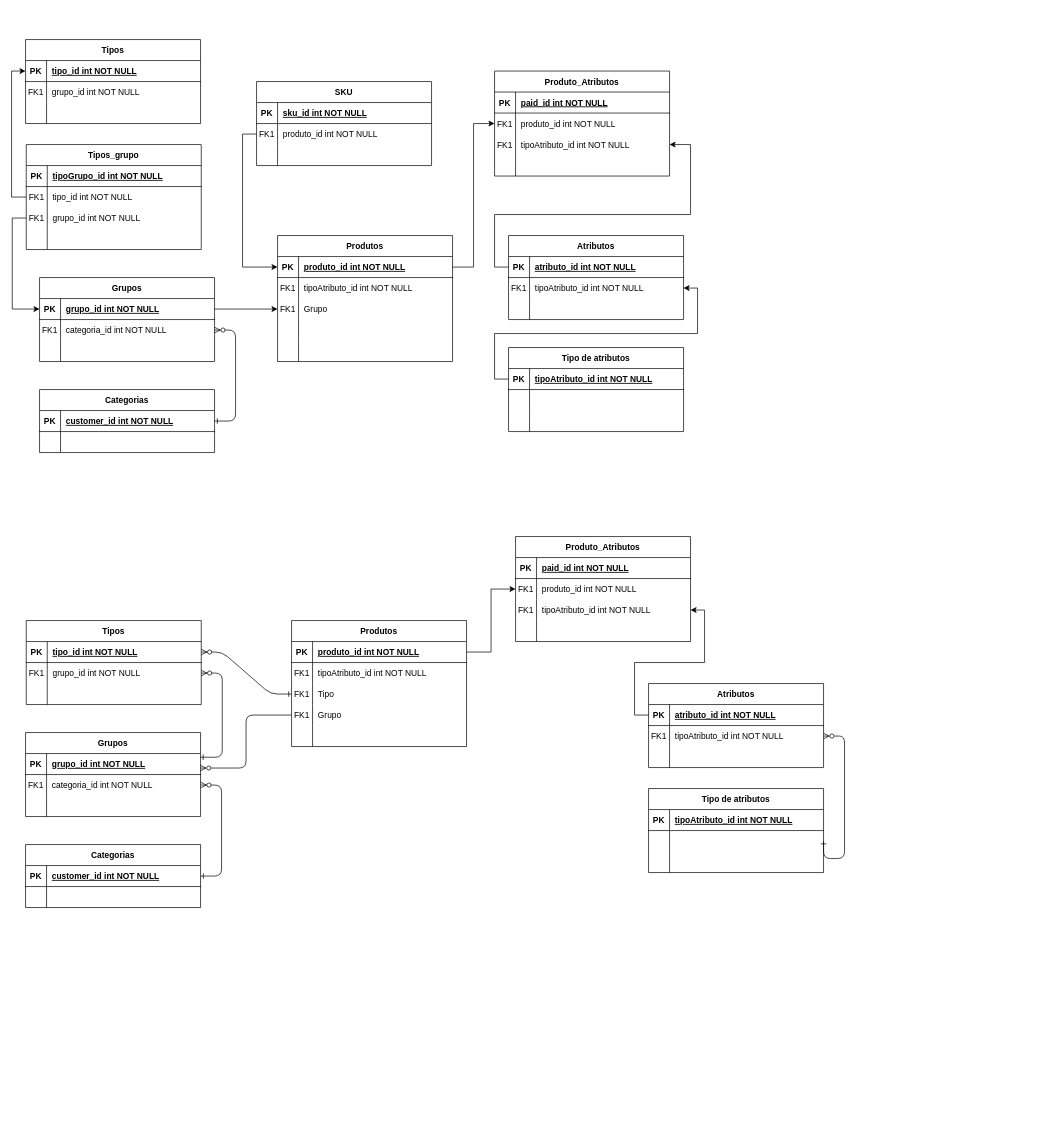
The draw.io diagram Supply.drawio in Nova-Corrente/DiagrmasSupply, before the edit. Source tidied: cells renumbered, new cells numbered last; positions are measured from the earlier drawing's top-left corner, leaving out a move shared by most shapes. Both pictures are drawn from the tidied source at 70%, with x=0, y=0 at pixel (25, 39).
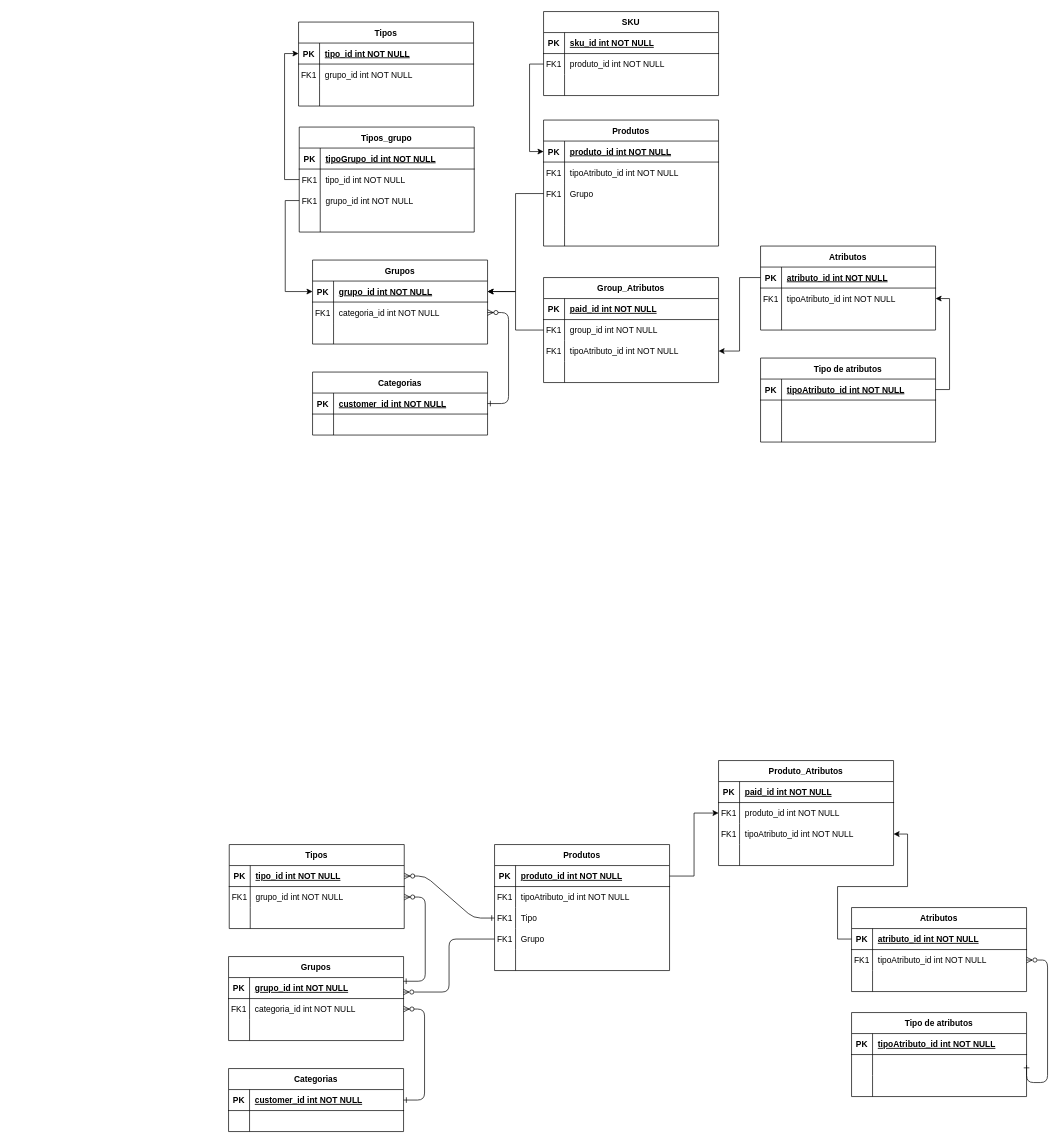
After the change.

The change refers to these unchanged cells:
```xml
<mxCell id="35" style="shape=partialRectangle;fillColor=none;points=[[0,0.5],[1,0.5]];portConstraint=eastwest;top=0;left=0;right=0;bottom=0;" parent="31" vertex="1">
  <mxGeometry y="60" width="250" height="30" as="geometry" />
</mxCell>
<mxCell id="45" style="shape=partialRectangle;fillColor=none;points=[[0,0.5],[1,0.5]];portConstraint=eastwest;top=0;left=0;right=0;bottom=0;" parent="41" vertex="1">
  <mxGeometry y="60" width="250" height="30" as="geometry" />
</mxCell>
<mxCell id="88" style="shape=partialRectangle;fillColor=none;points=[[0,0.5],[1,0.5]];portConstraint=eastwest;top=0;left=0;right=0;bottom=1;" parent="87" vertex="1">
  <mxGeometry y="30" width="250" height="30" as="geometry" />
</mxCell>
<mxCell id="115" style="shape=partialRectangle;fillColor=none;points=[[0,0.5],[1,0.5]];portConstraint=eastwest;top=0;left=0;right=0;bottom=1;" parent="114" vertex="1">
  <mxGeometry y="30" width="250" height="30" as="geometry" />
</mxCell>
<mxCell id="125" style="shape=partialRectangle;fillColor=none;points=[[0,0.5],[1,0.5]];portConstraint=eastwest;top=0;left=0;right=0;bottom=1;" parent="124" vertex="1">
  <mxGeometry y="30" width="250" height="30" as="geometry" />
</mxCell>
<mxCell id="128" style="shape=partialRectangle;fillColor=none;points=[[0,0.5],[1,0.5]];portConstraint=eastwest;top=0;left=0;right=0;bottom=0;" parent="124" vertex="1">
  <mxGeometry y="60" width="250" height="30" as="geometry" />
</mxCell>
<mxCell id="138" style="shape=partialRectangle;fillColor=none;points=[[0,0.5],[1,0.5]];portConstraint=eastwest;top=0;left=0;right=0;bottom=0;" parent="134" vertex="1">
  <mxGeometry y="60" width="250" height="30" as="geometry" />
</mxCell>
<mxCell id="141" style="shape=partialRectangle;fillColor=none;points=[[0,0.5],[1,0.5]];portConstraint=eastwest;top=0;left=0;right=0;bottom=0;" parent="134" vertex="1">
  <mxGeometry y="90" width="250" height="30" as="geometry" />
</mxCell>
<mxCell id="149" style="shape=partialRectangle;fillColor=none;points=[[0,0.5],[1,0.5]];portConstraint=eastwest;top=0;left=0;right=0;bottom=1;" parent="148" vertex="1">
  <mxGeometry y="30" width="250" height="30" as="geometry" />
</mxCell>
<mxCell id="155" style="shape=partialRectangle;fillColor=none;points=[[0,0.5],[1,0.5]];portConstraint=eastwest;top=0;left=0;right=0;bottom=0;" parent="148" vertex="1">
  <mxGeometry y="90" width="250" height="30" as="geometry" />
</mxCell>
```

Change to the diagram source:
```diff
@@
     <mxCell id="4" value="Grupos" style="shape=table;startSize=30;childLayout=tableLayout;rowLines=0;fontStyle=1;align=center;" parent="1" vertex="1">
-      <mxGeometry y="990" width="250" height="120" as="geometry" />
+      <mxGeometry x="290" y="1310" width="250" height="120" as="geometry" />
     </mxCell>
@@
     <mxCell id="14" value="Tipos" style="shape=table;startSize=30;childLayout=tableLayout;rowLines=0;fontStyle=1;align=center;" parent="1" vertex="1">
-      <mxGeometry x="1" y="830" width="250" height="120" as="geometry" />
+      <mxGeometry x="291" y="1150" width="250" height="120" as="geometry" />
     </mxCell>
@@
     <mxCell id="24" value="Categorias" style="shape=table;startSize=30;childLayout=tableLayout;rowLines=0;fontStyle=1;align=center;" parent="1" vertex="1">
-      <mxGeometry y="1150" width="250" height="90" as="geometry" />
+      <mxGeometry x="290" y="1470" width="250" height="90" as="geometry" />
     </mxCell>
@@
     <mxCell id="31" value="Tipo de atributos" style="shape=table;startSize=30;childLayout=tableLayout;rowLines=0;fontStyle=1;align=center;" parent="1" vertex="1">
-      <mxGeometry x="890" y="1070" width="250" height="120" as="geometry" />
+      <mxGeometry x="1180" y="1390" width="250" height="120" as="geometry" />
     </mxCell>
@@
     <mxCell id="41" value="Atributos" style="shape=table;startSize=30;childLayout=tableLayout;rowLines=0;fontStyle=1;align=center;" parent="1" vertex="1">
-      <mxGeometry x="890" y="920" width="250" height="120" as="geometry" />
+      <mxGeometry x="1180" y="1240" width="250" height="120" as="geometry" />
     </mxCell>
@@
     <mxCell id="51" style="edgeStyle=orthogonalEdgeStyle;rounded=1;jettySize=auto;html=1;exitX=1;exitY=0.5;exitDx=0;exitDy=0;entryX=1;entryY=0.5;entryDx=0;entryDy=0;curved=0;endArrow=ERzeroToMany;endFill=0;startArrow=ERone;startFill=0;" parent="1" edge="1" source="35" target="45">
       <mxGeometry relative="1" as="geometry">
         <Array as="points">
-          <mxPoint x="1170" y="1170" />
-          <mxPoint x="1170" y="995" />
+          <mxPoint x="1460" y="1490" />
+          <mxPoint x="1460" y="1315" />
         </Array>
       </mxGeometry>
     </mxCell>
@@
     <mxCell id="53" value="Produto_Atributos" style="shape=table;startSize=30;childLayout=tableLayout;rowLines=0;fontStyle=1;align=center;" parent="1" vertex="1">
-      <mxGeometry x="700" y="710" width="250" height="150" as="geometry" />
+      <mxGeometry x="990" y="1030" width="250" height="150" as="geometry" />
     </mxCell>
@@
     <mxCell id="67" style="group;" parent="1" vertex="1">
-      <mxGeometry x="380" y="830" width="250" height="180" as="geometry" />
+      <mxGeometry x="670" y="1150" width="250" height="180" as="geometry" />
     </mxCell>
@@
     <mxCell id="87" value="Grupos" style="shape=table;startSize=30;childLayout=tableLayout;rowLines=0;fontStyle=1;align=center;" parent="1" vertex="1">
-      <mxGeometry x="20" y="340" width="250" height="120" as="geometry" />
+      <mxGeometry x="410" y="315" width="250" height="120" as="geometry" />
     </mxCell>
@@
     <mxCell id="97" value="Tipos" style="shape=table;startSize=30;childLayout=tableLayout;rowLines=0;fontStyle=1;align=center;" parent="1" vertex="1">
-      <mxGeometry width="250" height="120" as="geometry" />
+      <mxGeometry x="390" y="-25" width="250" height="120" as="geometry" />
     </mxCell>
@@
     <mxCell id="107" value="Categorias" style="shape=table;startSize=30;childLayout=tableLayout;rowLines=0;fontStyle=1;align=center;" parent="1" vertex="1">
-      <mxGeometry x="20" y="500" width="250" height="90" as="geometry" />
+      <mxGeometry x="410" y="475" width="250" height="90" as="geometry" />
     </mxCell>
@@
     <mxCell id="114" value="Tipo de atributos" style="shape=table;startSize=30;childLayout=tableLayout;rowLines=0;fontStyle=1;align=center;" parent="1" vertex="1">
-      <mxGeometry x="690" y="440" width="250" height="120" as="geometry" />
+      <mxGeometry x="1050" y="455" width="250" height="120" as="geometry" />
     </mxCell>
@@
     <mxCell id="124" value="Atributos" style="shape=table;startSize=30;childLayout=tableLayout;rowLines=0;fontStyle=1;align=center;" parent="1" vertex="1">
-      <mxGeometry x="690" y="280" width="250" height="120" as="geometry" />
+      <mxGeometry x="1050" y="295" width="250" height="120" as="geometry" />
     </mxCell>
@@
-    <mxCell id="134" value="Produto_Atributos" style="shape=table;startSize=30;childLayout=tableLayout;rowLines=0;fontStyle=1;align=center;" parent="1" vertex="1">
-      <mxGeometry x="670" y="45" width="250" height="150" as="geometry" />
+    <mxCell id="134" value="Group_Atributos" style="shape=table;startSize=30;childLayout=tableLayout;rowLines=0;fontStyle=1;align=center;" parent="1" vertex="1">
+      <mxGeometry x="740" y="340" width="250" height="150" as="geometry" />
     </mxCell>
@@
-    <mxCell id="140" value="produto_id int NOT NULL" style="shape=partialRectangle;overflow=hidden;fillColor=none;top=0;left=0;bottom=0;right=0;align=left;spacingLeft=6;" parent="138" vertex="1">
+    <mxCell id="140" value="group_id int NOT NULL" style="shape=partialRectangle;overflow=hidden;fillColor=none;top=0;left=0;bottom=0;right=0;align=left;spacingLeft=6;" parent="138" vertex="1">
       <mxGeometry x="30" width="220" height="30" as="geometry" />
     </mxCell>
@@
     <mxCell id="147" style="group;" parent="1" vertex="1">
-      <mxGeometry x="360" y="280" width="250" height="180" as="geometry" />
+      <mxGeometry x="740" y="115" width="250" height="180" as="geometry" />
     </mxCell>
@@
-    <mxCell id="164" style="edgeStyle=orthogonalEdgeStyle;rounded=0;jettySize=auto;html=1;exitX=0;exitY=0.5;exitDx=0;exitDy=0;entryX=1;entryY=0.5;entryDx=0;entryDy=0;" parent="1" edge="1" source="125" target="141">
-      <mxGeometry relative="1" as="geometry">
-        <Array as="points">
-          <mxPoint x="670" y="325" />
-          <mxPoint x="670" y="250" />
-          <mxPoint x="950" y="250" />
-          <mxPoint x="950" y="150" />
-        </Array>
-      </mxGeometry>
-    </mxCell>
-    <mxCell id="165" style="edgeStyle=orthogonalEdgeStyle;rounded=0;jettySize=auto;html=1;exitX=1;exitY=0.5;exitDx=0;exitDy=0;entryX=0;entryY=0.5;entryDx=0;entryDy=0;" parent="1" edge="1" source="149" target="138">
-      <mxGeometry relative="1" as="geometry" />
-    </mxCell>
     <mxCell id="166" value="Tipos_grupo" style="shape=table;startSize=30;childLayout=tableLayout;rowLines=0;fontStyle=1;align=center;" parent="1" vertex="1">
-      <mxGeometry x="1" y="150" width="250" height="150" as="geometry" />
+      <mxGeometry x="391" y="125" width="250" height="150" as="geometry" />
     </mxCell>
@@
-    <mxCell id="181" style="edgeStyle=orthogonalEdgeStyle;rounded=0;jettySize=auto;html=1;exitX=1;exitY=0.5;exitDx=0;exitDy=0;entryX=0;entryY=0.5;entryDx=0;entryDy=0;" parent="1" edge="1" source="88" target="155">
-      <mxGeometry relative="1" as="geometry" />
-    </mxCell>
     <mxCell id="182" value="SKU" style="shape=table;startSize=30;childLayout=tableLayout;rowLines=0;fontStyle=1;align=center;" parent="1" vertex="1">
-      <mxGeometry x="330" y="60" width="250" height="120" as="geometry" />
+      <mxGeometry x="740" y="-40" width="250" height="120" as="geometry" />
     </mxCell>
@@
-    <mxCell id="193" style="edgeStyle=orthogonalEdgeStyle;rounded=0;jettySize=auto;html=1;entryX=1;entryY=0.5;entryDx=0;entryDy=0;exitX=0;exitY=0.5;exitDx=0;exitDy=0;" parent="1" edge="1" source="115" target="128">
-      <mxGeometry relative="1" as="geometry">
-        <Array as="points">
-          <mxPoint x="670" y="485" />
-          <mxPoint x="670" y="420" />
-          <mxPoint x="960" y="420" />
-          <mxPoint x="960" y="355" />
-        </Array>
-      </mxGeometry>
+    <mxCell id="193" style="edgeStyle=orthogonalEdgeStyle;rounded=0;jettySize=auto;html=1;exitX=1;exitY=0.5;exitDx=0;exitDy=0;entryX=1;entryY=0.5;entryDx=0;entryDy=0;" parent="1" edge="1" source="115" target="128">
+      <mxGeometry relative="1" as="geometry" />
     </mxCell>
+    <mxCell id="164" style="edgeStyle=orthogonalEdgeStyle;rounded=0;jettySize=auto;html=1;exitX=0;exitY=0.5;exitDx=0;exitDy=0;" parent="1" edge="1" source="125" target="141">
+      <mxGeometry relative="1" as="geometry" />
+    </mxCell>
+    <mxCell id="194" style="edgeStyle=orthogonalEdgeStyle;rounded=0;jettySize=auto;html=1;exitX=0;exitY=0.5;exitDx=0;exitDy=0;entryX=1;entryY=0.5;entryDx=0;entryDy=0;" parent="1" edge="1" source="138" target="88">
+      <mxGeometry relative="1" as="geometry" />
+    </mxCell>
+    <mxCell id="195" style="edgeStyle=orthogonalEdgeStyle;rounded=0;jettySize=auto;html=1;exitX=0;exitY=0.5;exitDx=0;exitDy=0;entryX=1;entryY=0.5;entryDx=0;entryDy=0;" parent="1" edge="1" source="155" target="88">
+      <mxGeometry relative="1" as="geometry" />
+    </mxCell>
```
